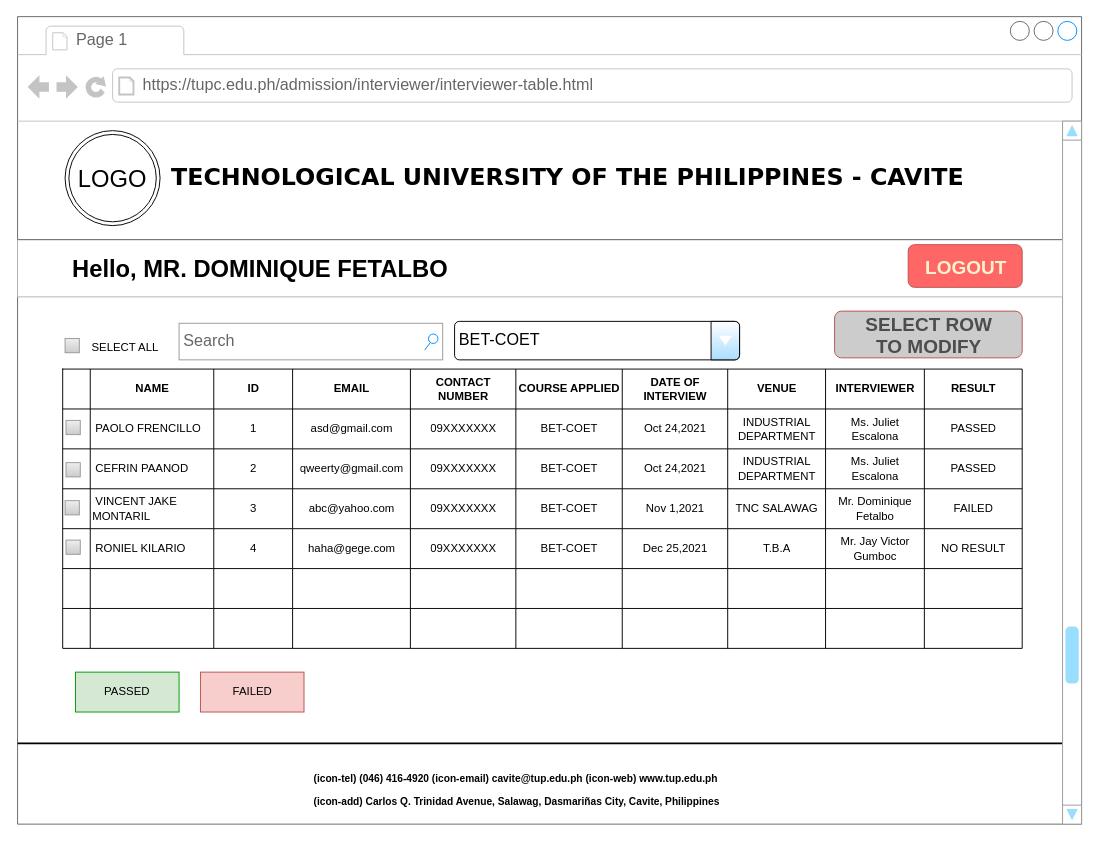
Above: wireframe/interviewer-table.drawio in paofrencillo/WEB-APP (draw.io), before the change. Source tidied: cells renumbered, new cells numbered last; positions are measured from the earlier drawing's top-left corner, leaving out a move shared by most shapes. Both pictures are drawn from the tidied source at 95%, with x=0, y=0 at pixel (17, 16).
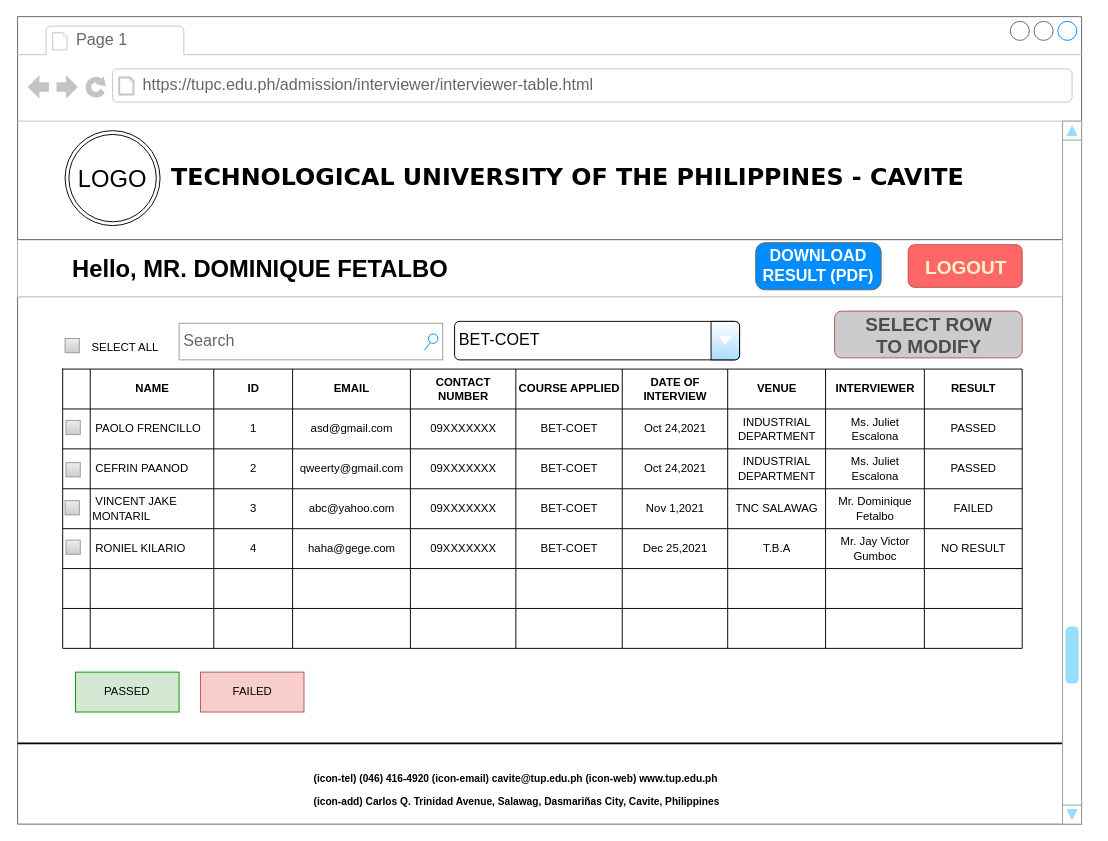
After the change.

Diff of the diagram source:
```diff
@@
+    <mxCell id="103" value="DOWNLOAD RESULT (PDF)" style="strokeWidth=1;shadow=0;dashed=0;align=center;html=1;shape=mxgraph.mockup.buttons.button;strokeColor=#666666;fontColor=#ffffff;mainText=;buttonStyle=round;fontSize=17;fontStyle=1;fillColor=#008cff;whiteSpace=wrap;" parent="1" vertex="1">
+      <mxGeometry x="777" y="238" width="132" height="49.5" as="geometry" />
+    </mxCell>
```
